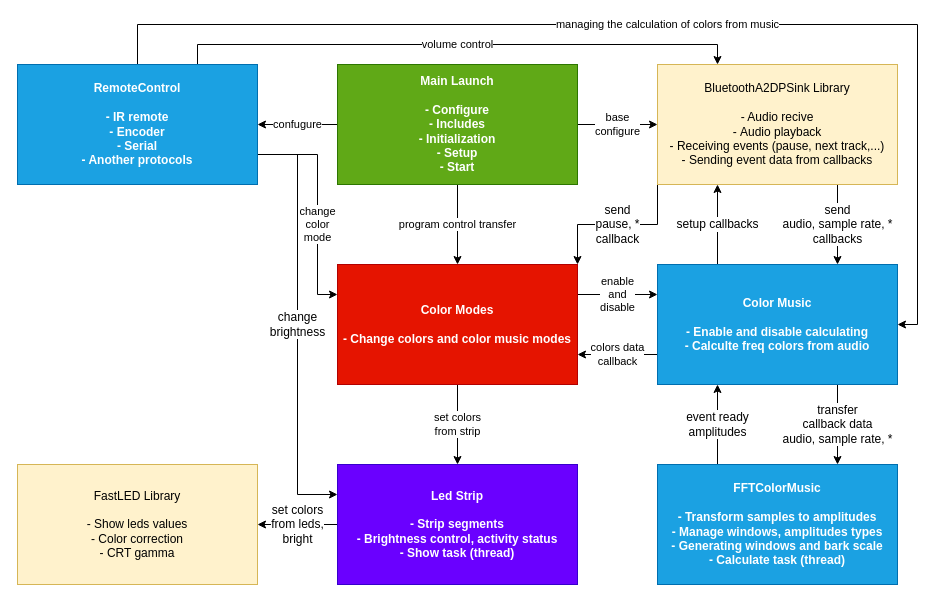
Earlier version of the draw.io diagram page "General system" (1 of 2) of docs/diagrams/system-architecture.drawio (ArthurKoba/esp32-color-music). Source tidied: cells renumbered, new cells numbered last; positions are measured from the earlier drawing's top-left corner, leaving out a move shared by most shapes. Both pictures are drawn from the tidied source at 100%, with x=0, y=0 at pixel (17, 24).
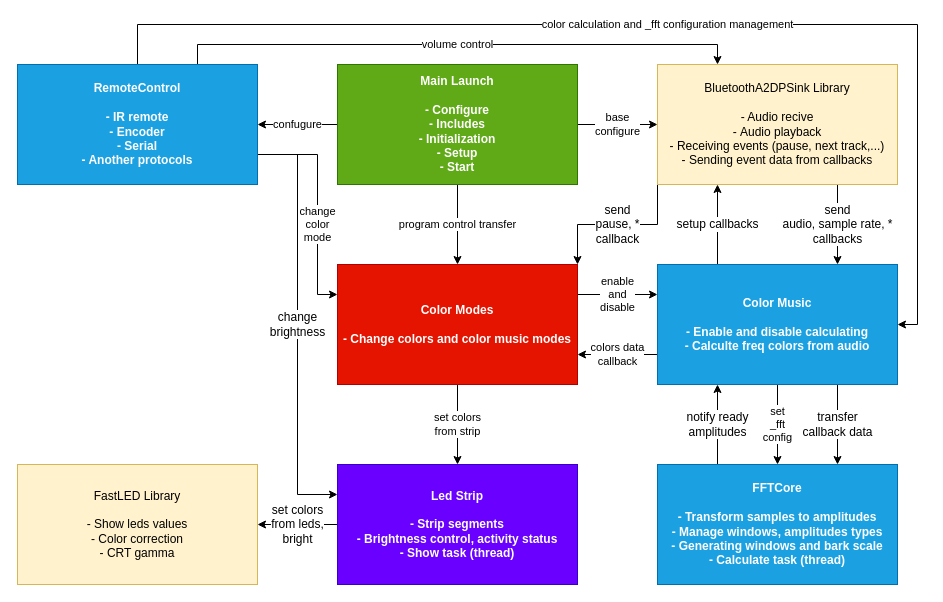
The same diagram, later.

Unchanged cells that the change refers to:
```xml
<mxCell id="4" value="Color Modes&lt;br&gt;&lt;br&gt;- Change colors and color music modes" style="rounded=0;whiteSpace=wrap;html=1;fillColor=#e51400;strokeColor=#B20000;fontStyle=1;fontColor=#ffffff;" parent="1" vertex="1">
  <mxGeometry x="320" y="240" width="240" height="120" as="geometry" />
</mxCell>
<mxCell id="11" value="Color Music&lt;br&gt;&lt;br&gt;- Enable and disable calculating&lt;br&gt;- Calculte freq colors from audio" style="rounded=0;whiteSpace=wrap;html=1;fillColor=#1ba1e2;strokeColor=#006EAF;fontStyle=1;fontColor=#ffffff;" parent="1" vertex="1">
  <mxGeometry x="640" y="240" width="240" height="120" as="geometry" />
</mxCell>
<mxCell id="25" value="RemoteControl&lt;br&gt;&lt;br&gt;- IR remote&lt;br&gt;- Encoder&lt;br&gt;- Serial&lt;br&gt;- Another protocols" style="rounded=0;whiteSpace=wrap;html=1;fontStyle=1;fillColor=#1ba1e2;fontColor=#ffffff;strokeColor=#006EAF;" parent="1" vertex="1">
  <mxGeometry y="40" width="240" height="120" as="geometry" />
</mxCell>
```

The edit, as a diff of the source:
```diff
@@
-    <mxCell id="8" value="colors data&lt;br&gt;callback" style="edgeStyle=orthogonalEdgeStyle;rounded=0;jettySize=auto;html=1;exitX=0;exitY=0.75;exitDx=0;exitDy=0;entryX=1;entryY=0.75;entryDx=0;entryDy=0;" parent="1" edge="1" source="11" target="4">
+    <mxCell id="8" value="colors data&lt;br&gt;callback" style="edgeStyle=orthogonalEdgeStyle;rounded=0;jettySize=auto;html=1;exitX=0;exitY=0.75;exitDx=0;exitDy=0;entryX=1;entryY=0.75;entryDx=0;entryDy=0;fillColor=#FFBC05;strokeColor=#000000;" parent="1" edge="1" source="11" target="4">
       <mxGeometry relative="1" as="geometry" />
     </mxCell>
@@
-    <mxCell id="10" value="transfer&lt;br&gt;callback data&lt;br&gt;audio, sample rate, *" style="edgeStyle=orthogonalEdgeStyle;rounded=0;jettySize=auto;html=1;exitX=0.75;exitY=1;exitDx=0;exitDy=0;entryX=0.75;entryY=0;entryDx=0;entryDy=0;fontSize=12;" parent="1" edge="1" source="11" target="13">
-      <mxGeometry relative="1" as="geometry" />
-    </mxCell>
+    <mxCell id="26" value="set &lt;br&gt;_fft&lt;br&gt;config" style="edgeStyle=orthogonalEdgeStyle;rounded=0;jettySize=auto;html=1;exitX=0.5;exitY=1;exitDx=0;exitDy=0;entryX=0.5;entryY=0;entryDx=0;entryDy=0;" parent="1" edge="1" source="11" target="13">
+      <mxGeometry relative="1" as="geometry" />
+    </mxCell>
+    <mxCell id="27" value="&lt;span style=&quot;color: rgb(0, 0, 0); font-family: Helvetica; font-size: 12px; font-style: normal; font-variant-ligatures: normal; font-variant-caps: normal; font-weight: 400; letter-spacing: normal; orphans: 2; text-align: center; text-indent: 0px; text-transform: none; widows: 2; word-spacing: 0px; -webkit-text-stroke-width: 0px; background-color: rgb(255, 255, 255); text-decoration-thickness: initial; text-decoration-style: initial; text-decoration-color: initial; float: none; display: inline !important;&quot;&gt;transfer&lt;/span&gt;&lt;br style=&quot;color: rgb(0, 0, 0); font-family: Helvetica; font-size: 12px; font-style: normal; font-variant-ligatures: normal; font-variant-caps: normal; font-weight: 400; letter-spacing: normal; orphans: 2; text-align: center; text-indent: 0px; text-transform: none; widows: 2; word-spacing: 0px; -webkit-text-stroke-width: 0px; text-decoration-thickness: initial; text-decoration-style: initial; text-decoration-color: initial;&quot;&gt;&lt;span style=&quot;color: rgb(0, 0, 0); font-family: Helvetica; font-size: 12px; font-style: normal; font-variant-ligatures: normal; font-variant-caps: normal; font-weight: 400; letter-spacing: normal; orphans: 2; text-align: center; text-indent: 0px; text-transform: none; widows: 2; word-spacing: 0px; -webkit-text-stroke-width: 0px; background-color: rgb(255, 255, 255); text-decoration-thickness: initial; text-decoration-style: initial; text-decoration-color: initial; float: none; display: inline !important;&quot;&gt;callback data&lt;/span&gt;" style="edgeStyle=orthogonalEdgeStyle;rounded=0;jettySize=auto;html=1;exitX=0.75;exitY=1;exitDx=0;exitDy=0;entryX=0.75;entryY=0;entryDx=0;entryDy=0;" parent="1" edge="1" source="11" target="13">
+      <mxGeometry relative="1" as="geometry" />
+    </mxCell>
@@
-    <mxCell id="12" value="event ready&lt;br&gt;amplitudes" style="edgeStyle=orthogonalEdgeStyle;rounded=0;jettySize=auto;html=1;exitX=0.25;exitY=0;exitDx=0;exitDy=0;entryX=0.25;entryY=1;entryDx=0;entryDy=0;fontSize=12;" parent="1" edge="1" source="13" target="11">
+    <mxCell id="12" value="notify ready&lt;br&gt;amplitudes" style="edgeStyle=orthogonalEdgeStyle;rounded=0;jettySize=auto;html=1;exitX=0.25;exitY=0;exitDx=0;exitDy=0;entryX=0.25;entryY=1;entryDx=0;entryDy=0;fontSize=12;" parent="1" edge="1" source="13" target="11">
       <mxGeometry relative="1" as="geometry" />
     </mxCell>
-    <mxCell id="13" value="FFTColorMusic&lt;br&gt;&lt;br&gt;- Transform samples to amplitudes&lt;br&gt;- Manage windows, amplitudes types&lt;br&gt;- Generating windows and bark scale&lt;br&gt;- Calculate task (thread)" style="rounded=0;whiteSpace=wrap;html=1;fillColor=#1ba1e2;strokeColor=#006EAF;fontStyle=1;fontColor=#ffffff;" parent="1" vertex="1">
+    <mxCell id="13" value="FFTCore&lt;br&gt;&lt;br&gt;- Transform samples to amplitudes&lt;br&gt;- Manage windows, amplitudes types&lt;br&gt;- Generating windows and bark scale&lt;br&gt;- Calculate task (thread)" style="rounded=0;whiteSpace=wrap;html=1;fillColor=#1ba1e2;strokeColor=#006EAF;fontStyle=1;fontColor=#ffffff;" parent="1" vertex="1">
       <mxGeometry x="640" y="440" width="240" height="120" as="geometry" />
     </mxCell>
@@
-    <mxCell id="23" value="managing the calculation of colors from music" style="edgeStyle=orthogonalEdgeStyle;rounded=0;jettySize=auto;html=1;exitX=0.5;exitY=0;exitDx=0;exitDy=0;entryX=1;entryY=0.5;entryDx=0;entryDy=0;" parent="1" edge="1" source="25" target="11">
+    <mxCell id="23" value="color calculation and _fft configuration management" style="edgeStyle=orthogonalEdgeStyle;rounded=0;jettySize=auto;html=1;exitX=0.5;exitY=0;exitDx=0;exitDy=0;entryX=1;entryY=0.5;entryDx=0;entryDy=0;" parent="1" edge="1" source="25" target="11">
       <mxGeometry relative="1" as="geometry">
         <Array as="points">
           <mxPoint x="120" />
           <mxPoint x="900" />
           <mxPoint x="900" y="300" />
         </Array>
       </mxGeometry>
     </mxCell>
```
